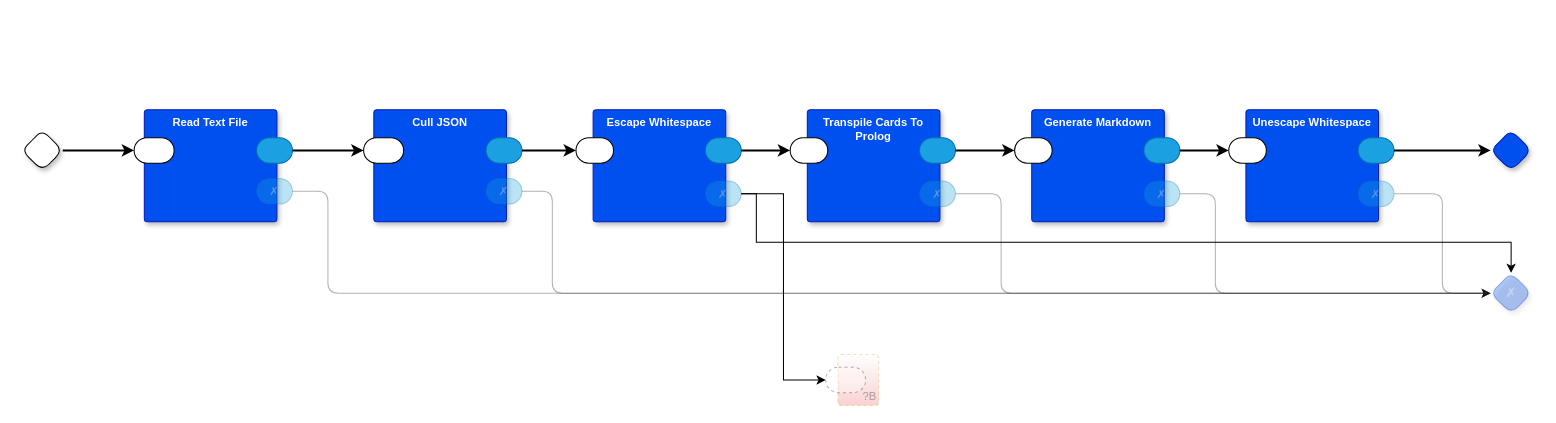
This is page "main" (1 of 9) of kinopio2md.drawio from guitarvydas/kinopio2md, a draw.io file, before an edit. Source tidied: cells renumbered, new cells numbered last; positions are measured from the earlier drawing's top-left corner, leaving out a move shared by most shapes. Both pictures are drawn from the tidied source at 102%, with x=0, y=0 at pixel (21, 109).
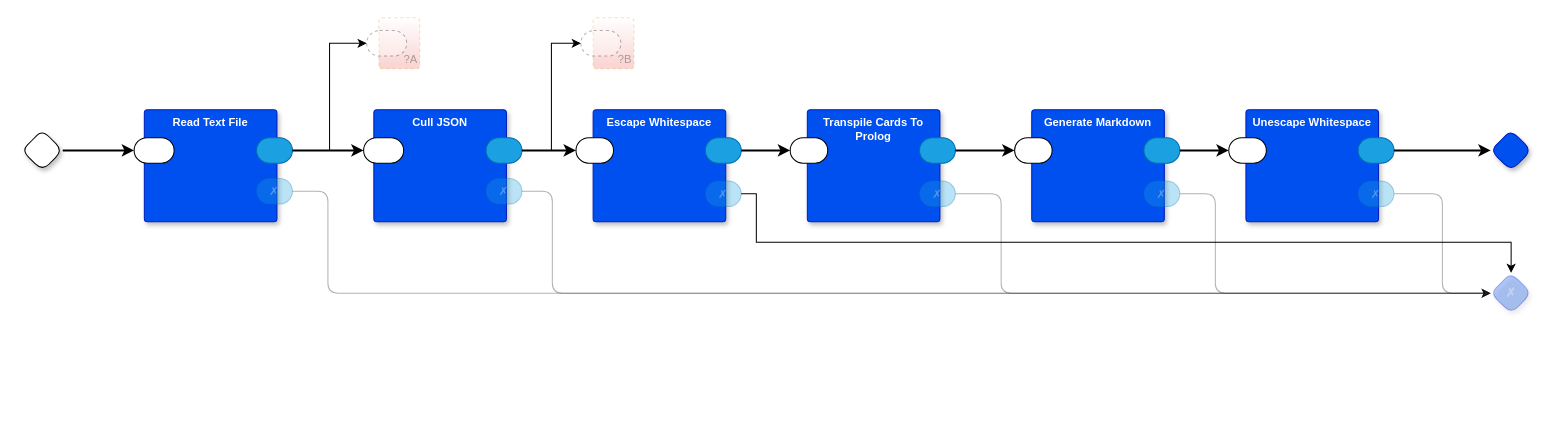
The same page after the edit.

Unchanged cells that the change refers to:
```xml
<mxCell id="6" style="rounded=1;whiteSpace=wrap;sketch=0;points=[[0,0.5,0,0,0],[1,0.5,0,0,0]];fillColor=#1ba1e2;fontColor=#ffffff;strokeColor=#006EAF;arcSize=50;fontFamily=Helvetica;fontSize=11;" parent="4" vertex="1">
  <mxGeometry x="110" y="27.5" width="35.2" height="25" as="geometry" />
</mxCell>
<mxCell id="10" style="rounded=1;whiteSpace=wrap;sketch=0;points=[[0,0.5,0,0,0],[1,0.5,0,0,0]];fillColor=#1ba1e2;fontColor=#ffffff;strokeColor=#006EAF;arcSize=50;fontFamily=Helvetica;fontSize=11;" parent="8" vertex="1">
  <mxGeometry x="110" y="27.5" width="35.2" height="25" as="geometry" />
</mxCell>
<mxCell id="13" value="✗" style="rhombus;whiteSpace=wrap;rounded=1;fillColor=#0050ef;fontColor=#ffffff;strokeColor=#001DBC;fontStyle=1;glass=0;sketch=0;fontSize=12;points=[[0,0.5,0,0,0],[0.5,0,0,0,0],[0.5,1,0,0,0],[1,0.5,0,0,0]];shadow=1;opacity=30;textOpacity=30;" parent="1" vertex="1">
  <mxGeometry x="1440" y="160" width="40" height="40" as="geometry" />
</mxCell>
<mxCell id="19" value="✗" style="rounded=1;whiteSpace=wrap;sketch=0;points=[[0,0.5,0,0,0],[1,0.5,0,0,0]];fillColor=#1ba1e2;fontColor=#ffffff;strokeColor=#006EAF;arcSize=50;fontFamily=Helvetica;fontSize=11;strokeWidth=1;opacity=30;textOpacity=30;" parent="17" vertex="1">
  <mxGeometry x="110" y="70" width="35.2" height="25" as="geometry" />
</mxCell>
```

Change to the diagram source:
```diff
@@
+    <mxCell id="44" style="edgeStyle=orthogonalEdgeStyle;rounded=0;jettySize=auto;exitX=1;exitY=0.5;exitDx=0;exitDy=0;exitPerimeter=0;entryX=0.5;entryY=0;entryDx=0;entryDy=0;entryPerimeter=0;" parent="1" edge="1" source="19" target="13">
+      <mxGeometry relative="1" as="geometry">
+        <Array as="points">
+          <mxPoint x="720" y="83" />
+          <mxPoint x="720" y="130" />
+          <mxPoint x="1460" y="130" />
+        </Array>
+      </mxGeometry>
+    </mxCell>
+    <mxCell id="45" value="?A" style="rounded=1;whiteSpace=wrap;html=1;sketch=0;verticalAlign=bottom;arcSize=6;fontStyle=0;absoluteArcSize=1;shadow=0;strokeColor=#d79b00;fillColor=#FFFFFF;fontFamily=Helvetica;fontSize=11;dashed=1;opacity=30;align=right;textOpacity=30;gradientColor=#EA6B66;fontColor=default;" parent="1" vertex="1">
+      <mxGeometry x="350" y="-90" width="40" height="50" as="geometry" />
+    </mxCell>
+    <mxCell id="46" style="rounded=1;whiteSpace=wrap;html=1;sketch=0;points=[[0,0.5,0,0,0],[1,0.5,0,0,0]];arcSize=50;fontFamily=Helvetica;fontSize=11;fontColor=default;dashed=1;textOpacity=50;opacity=30;fontStyle=0;" parent="45" vertex="1">
+      <mxGeometry x="-12" y="12.5" width="39.2" height="25" as="geometry" />
+    </mxCell>
+    <mxCell id="47" style="edgeStyle=orthogonalEdgeStyle;rounded=0;jettySize=auto;html=1;exitX=1;exitY=0.5;exitDx=0;exitDy=0;exitPerimeter=0;entryX=0;entryY=0.5;entryDx=0;entryDy=0;entryPerimeter=0;" parent="1" edge="1" source="6" target="46">
+      <mxGeometry relative="1" as="geometry" />
+    </mxCell>
-    <mxCell id="41" value="?B" style="rounded=1;whiteSpace=wrap;sketch=0;verticalAlign=bottom;arcSize=6;fontStyle=0;absoluteArcSize=1;shadow=0;strokeColor=#d79b00;fillColor=#FFFFFF;fontFamily=Helvetica;fontSize=11;dashed=1;opacity=30;align=right;textOpacity=30;gradientColor=#EA6B66;fontColor=default;" parent="1" vertex="1">
-      <mxGeometry x="800" y="240" width="40" height="50" as="geometry" />
+    <mxCell id="41" value="?B" style="rounded=1;whiteSpace=wrap;html=1;sketch=0;verticalAlign=bottom;arcSize=6;fontStyle=0;absoluteArcSize=1;shadow=0;strokeColor=#d79b00;fillColor=#FFFFFF;fontFamily=Helvetica;fontSize=11;dashed=1;opacity=30;align=right;textOpacity=30;gradientColor=#EA6B66;fontColor=default;" parent="1" vertex="1">
+      <mxGeometry x="560" y="-90" width="40" height="50" as="geometry" />
     </mxCell>
-    <mxCell id="42" style="rounded=1;whiteSpace=wrap;sketch=0;points=[[0,0.5,0,0,0],[1,0.5,0,0,0]];arcSize=50;fontFamily=Helvetica;fontSize=11;fontColor=default;dashed=1;textOpacity=50;opacity=30;fontStyle=0;" parent="41" vertex="1">
-      <mxGeometry x="-12" y="12.5" width="39.2" height="25" as="geometry" />
-    </mxCell>
-    <mxCell id="43" style="edgeStyle=orthogonalEdgeStyle;rounded=0;jettySize=auto;exitX=1;exitY=0.5;exitDx=0;exitDy=0;exitPerimeter=0;entryX=0;entryY=0.5;entryDx=0;entryDy=0;entryPerimeter=0;" parent="1" edge="1" source="19" target="42">
-      <mxGeometry relative="1" as="geometry" />
-    </mxCell>
-    <mxCell id="44" style="edgeStyle=orthogonalEdgeStyle;rounded=0;jettySize=auto;exitX=1;exitY=0.5;exitDx=0;exitDy=0;exitPerimeter=0;entryX=0.5;entryY=0;entryDx=0;entryDy=0;entryPerimeter=0;" parent="1" edge="1" source="19" target="13">
-      <mxGeometry relative="1" as="geometry">
-        <Array as="points">
-          <mxPoint x="720" y="83" />
-          <mxPoint x="720" y="130" />
-          <mxPoint x="1460" y="130" />
-        </Array>
-      </mxGeometry>
-    </mxCell>
+    <mxCell id="48" style="rounded=1;whiteSpace=wrap;html=1;sketch=0;points=[[0,0.5,0,0,0],[1,0.5,0,0,0]];arcSize=50;fontFamily=Helvetica;fontSize=11;fontColor=default;dashed=1;textOpacity=50;opacity=30;fontStyle=0;" parent="41" vertex="1">
+      <mxGeometry x="-12" y="12.5" width="39.2" height="25" as="geometry" />
+    </mxCell>
+    <mxCell id="49" style="edgeStyle=orthogonalEdgeStyle;rounded=0;jettySize=auto;html=1;exitX=1;exitY=0.5;exitDx=0;exitDy=0;exitPerimeter=0;entryX=0;entryY=0.5;entryDx=0;entryDy=0;entryPerimeter=0;" parent="1" edge="1" source="10" target="48">
+      <mxGeometry relative="1" as="geometry" />
+    </mxCell>
```
